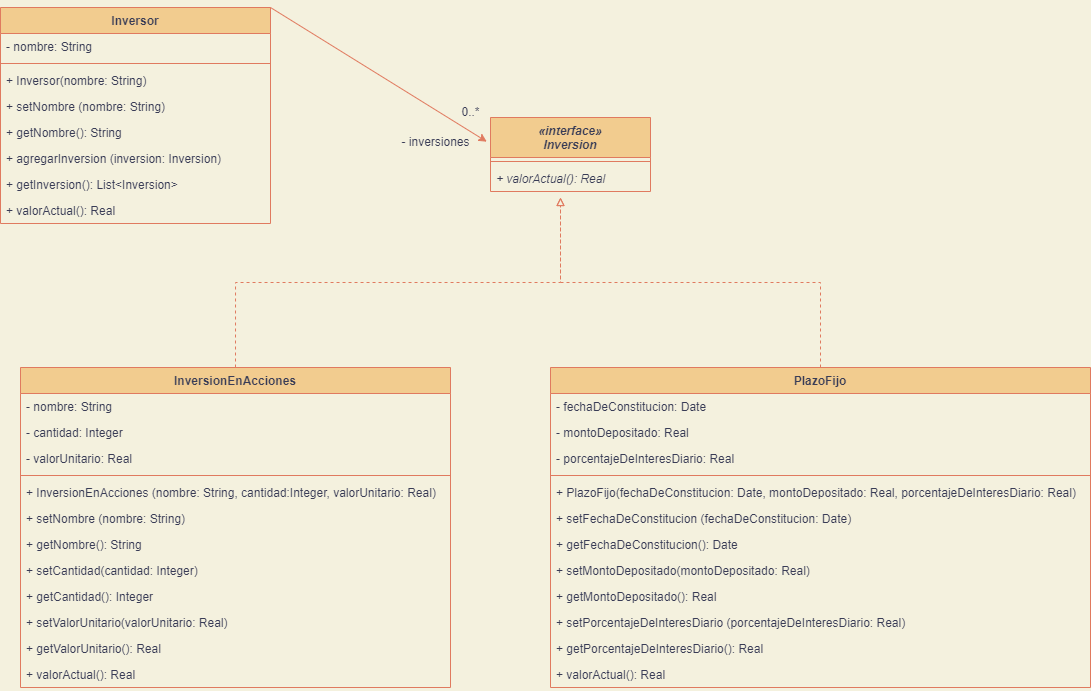
This is PRACTICAS/UML/Ejercicio11UML.png from agusrnfr/OO1, a draw.io export, as it was before one commit. Source tidied: cells renumbered, new cells last; positions are measured from the earlier drawing's top-left corner, leaving out a move shared by most shapes.
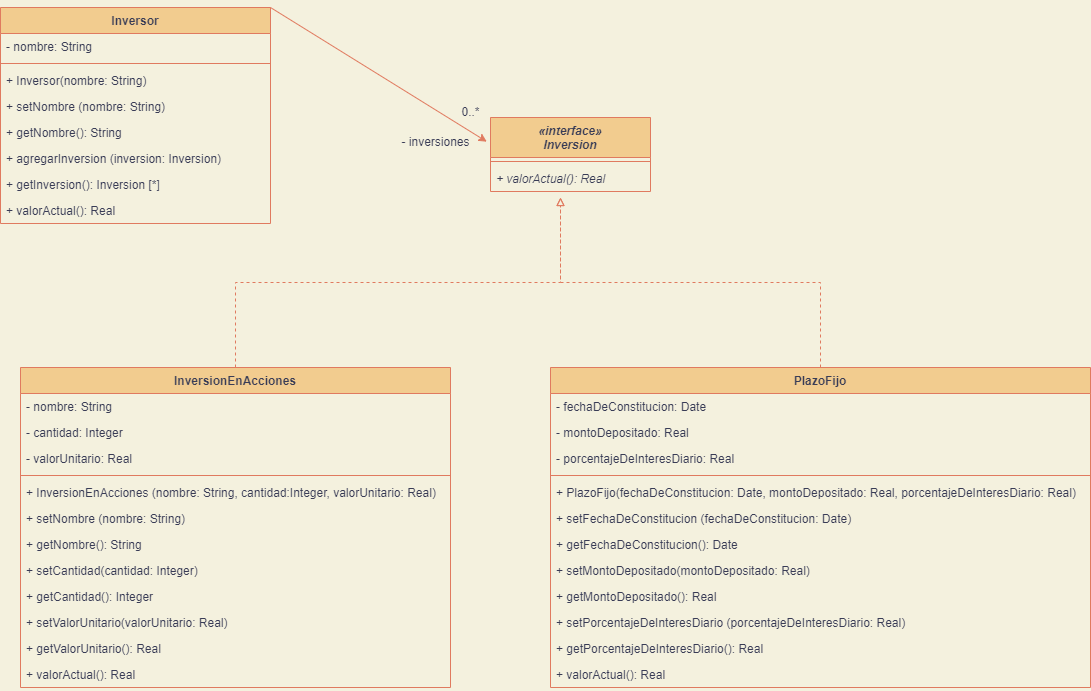
Later version of the same file.

Commit message:
uml arreglado

The edit, as a diff of the source:
```diff
@@ -23,7 +23,7 @@
     <mxCell id="8" value="+ agregarInversion (inversion: Inversion)" style="text;strokeColor=none;fillColor=none;align=left;verticalAlign=top;spacingLeft=4;spacingRight=4;overflow=hidden;fontColor=#393C56;rounded=0;" parent="2" vertex="1">
       <mxGeometry y="138" width="270" height="26" as="geometry" />
     </mxCell>
-    <mxCell id="9" value="+ getInversion(): List&lt;Inversion&gt;" style="text;strokeColor=none;fillColor=none;align=left;verticalAlign=top;spacingLeft=4;spacingRight=4;overflow=hidden;fontColor=#393C56;rounded=0;" parent="2" vertex="1">
+    <mxCell id="9" value="+ getInversion(): Inversion [*]" style="text;strokeColor=none;fillColor=none;align=left;verticalAlign=top;spacingLeft=4;spacingRight=4;overflow=hidden;fontColor=#393C56;rounded=0;" parent="2" vertex="1">
       <mxGeometry y="164" width="270" height="26" as="geometry" />
     </mxCell>
     <mxCell id="10" value="+ valorActual(): Real" style="text;strokeColor=none;fillColor=none;align=left;verticalAlign=top;spacingLeft=4;spacingRight=4;overflow=hidden;fontColor=#393C56;rounded=0;" parent="2" vertex="1">
```
